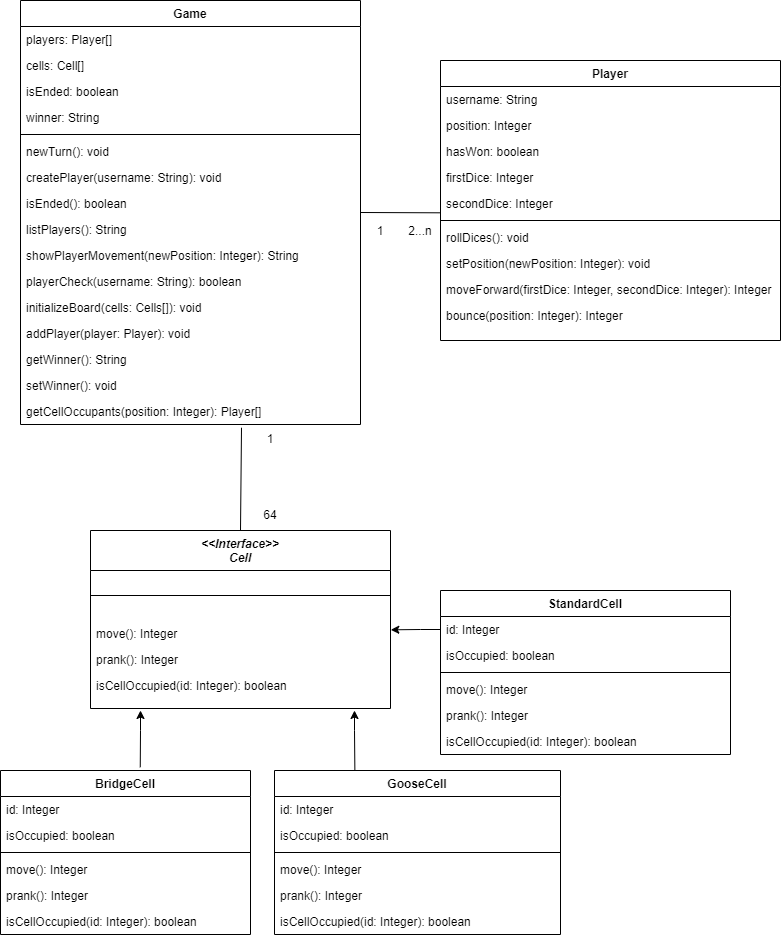
Earlier version of the draw.io export Diagrams/Class Diagram/TheGooseGame_ClassDiagram.png (diegorodolfofranco/the-goose-game). Source tidied: cells renumbered, new cells last; positions are measured from the earlier drawing's top-left corner, leaving out a move shared by most shapes.
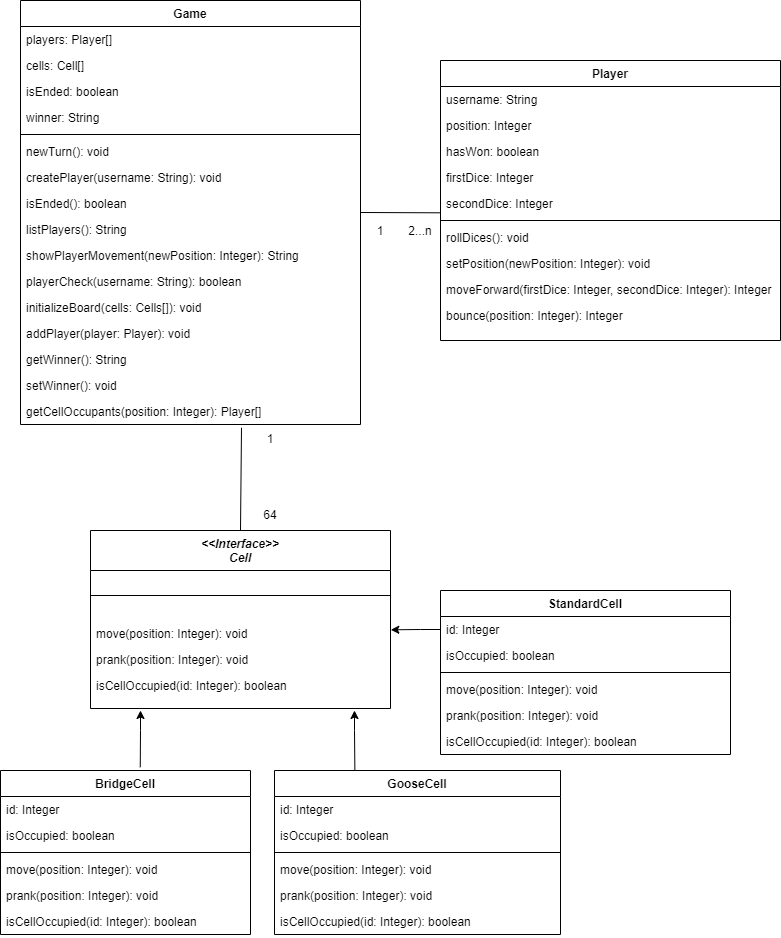
After the commit.

The edit, as a diff of the source:
```diff
@@ -59,10 +59,10 @@
     <mxCell id="20" style="line;html=1;strokeWidth=1;align=left;verticalAlign=middle;spacingTop=-1;spacingLeft=3;spacingRight=3;labelPosition=right;" parent="19" vertex="1">
       <mxGeometry y="40" width="300" height="50" as="geometry" />
     </mxCell>
-    <mxCell id="21" value="move(): Integer" style="text;align=left;verticalAlign=top;spacingLeft=4;spacingRight=4;overflow=hidden;" parent="19" vertex="1">
+    <mxCell id="21" value="move(position: Integer): void" style="text;align=left;verticalAlign=top;spacingLeft=4;spacingRight=4;overflow=hidden;" parent="19" vertex="1">
       <mxGeometry y="90" width="300" height="26" as="geometry" />
     </mxCell>
-    <mxCell id="22" value="prank(): Integer" style="text;align=left;verticalAlign=top;spacingLeft=4;spacingRight=4;overflow=hidden;" parent="19" vertex="1">
+    <mxCell id="22" value="prank(position: Integer): void" style="text;align=left;verticalAlign=top;spacingLeft=4;spacingRight=4;overflow=hidden;" parent="19" vertex="1">
       <mxGeometry y="116" width="300" height="26" as="geometry" />
     </mxCell>
     <mxCell id="23" value="isCellOccupied(id: Integer): boolean" style="text;align=left;verticalAlign=top;spacingLeft=4;spacingRight=4;overflow=hidden;" parent="19" vertex="1">
@@ -113,10 +113,10 @@
     <mxCell id="38" style="line;html=1;strokeWidth=1;align=left;verticalAlign=middle;spacingTop=-1;spacingLeft=3;spacingRight=3;labelPosition=right;" parent="35" vertex="1">
       <mxGeometry y="78" width="250" height="8" as="geometry" />
     </mxCell>
-    <mxCell id="39" value="move(): Integer" style="text;align=left;verticalAlign=top;spacingLeft=4;spacingRight=4;overflow=hidden;" parent="35" vertex="1">
+    <mxCell id="39" value="move(position: Integer): void" style="text;align=left;verticalAlign=top;spacingLeft=4;spacingRight=4;overflow=hidden;" parent="35" vertex="1">
       <mxGeometry y="86" width="250" height="26" as="geometry" />
     </mxCell>
-    <mxCell id="40" value="prank(): Integer" style="text;align=left;verticalAlign=top;spacingLeft=4;spacingRight=4;overflow=hidden;" parent="35" vertex="1">
+    <mxCell id="40" value="prank(position: Integer): void" style="text;align=left;verticalAlign=top;spacingLeft=4;spacingRight=4;overflow=hidden;" parent="35" vertex="1">
       <mxGeometry y="112" width="250" height="26" as="geometry" />
     </mxCell>
     <mxCell id="41" value="isCellOccupied(id: Integer): boolean" style="text;align=left;verticalAlign=top;spacingLeft=4;spacingRight=4;overflow=hidden;" parent="35" vertex="1">
@@ -134,10 +134,10 @@
     <mxCell id="45" style="line;html=1;strokeWidth=1;align=left;verticalAlign=middle;spacingTop=-1;spacingLeft=3;spacingRight=3;labelPosition=right;" parent="42" vertex="1">
       <mxGeometry y="78" width="286" height="8" as="geometry" />
     </mxCell>
-    <mxCell id="46" value="move(): Integer" style="text;align=left;verticalAlign=top;spacingLeft=4;spacingRight=4;overflow=hidden;" parent="42" vertex="1">
+    <mxCell id="46" value="move(position: Integer): void" style="text;align=left;verticalAlign=top;spacingLeft=4;spacingRight=4;overflow=hidden;" parent="42" vertex="1">
       <mxGeometry y="86" width="286" height="26" as="geometry" />
     </mxCell>
-    <mxCell id="47" value="prank(): Integer" style="text;align=left;verticalAlign=top;spacingLeft=4;spacingRight=4;overflow=hidden;" parent="42" vertex="1">
+    <mxCell id="47" value="prank(position: Integer): void" style="text;align=left;verticalAlign=top;spacingLeft=4;spacingRight=4;overflow=hidden;" parent="42" vertex="1">
       <mxGeometry y="112" width="286" height="26" as="geometry" />
     </mxCell>
     <mxCell id="48" value="isCellOccupied(id: Integer): boolean" style="text;align=left;verticalAlign=top;spacingLeft=4;spacingRight=4;overflow=hidden;" parent="42" vertex="1">
@@ -155,10 +155,10 @@
     <mxCell id="52" style="line;html=1;strokeWidth=1;align=left;verticalAlign=middle;spacingTop=-1;spacingLeft=3;spacingRight=3;labelPosition=right;" parent="49" vertex="1">
       <mxGeometry y="78" width="290" height="8" as="geometry" />
     </mxCell>
-    <mxCell id="53" value="move(): Integer" style="text;align=left;verticalAlign=top;spacingLeft=4;spacingRight=4;overflow=hidden;" parent="49" vertex="1">
+    <mxCell id="53" value="move(position: Integer): void" style="text;align=left;verticalAlign=top;spacingLeft=4;spacingRight=4;overflow=hidden;" parent="49" vertex="1">
       <mxGeometry y="86" width="290" height="26" as="geometry" />
     </mxCell>
-    <mxCell id="54" value="prank(): Integer" style="text;align=left;verticalAlign=top;spacingLeft=4;spacingRight=4;overflow=hidden;" parent="49" vertex="1">
+    <mxCell id="54" value="prank(position: Integer): void" style="text;align=left;verticalAlign=top;spacingLeft=4;spacingRight=4;overflow=hidden;" parent="49" vertex="1">
       <mxGeometry y="112" width="290" height="26" as="geometry" />
     </mxCell>
     <mxCell id="55" value="isCellOccupied(id: Integer): boolean" style="text;align=left;verticalAlign=top;spacingLeft=4;spacingRight=4;overflow=hidden;" parent="49" vertex="1">
```
